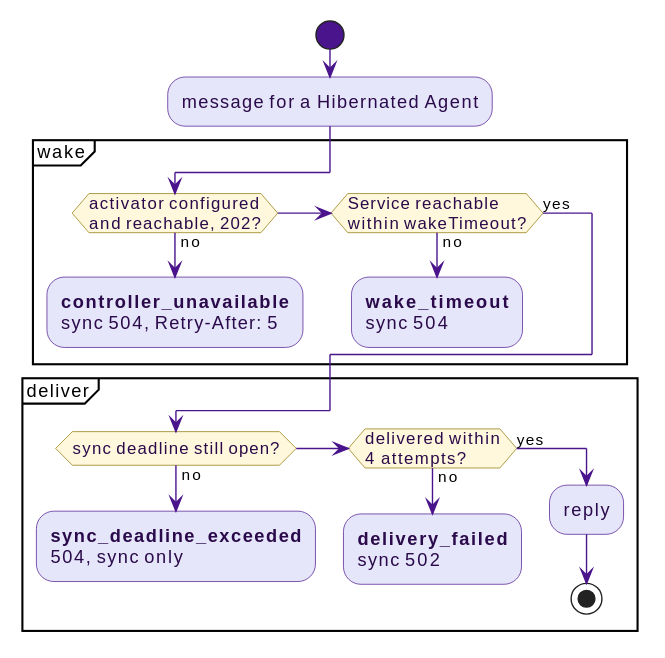
win07xp/kaalm keeps this PlantUML diagram as docs/src/diagrams/wake-failures.svg. Above is the earlier version.
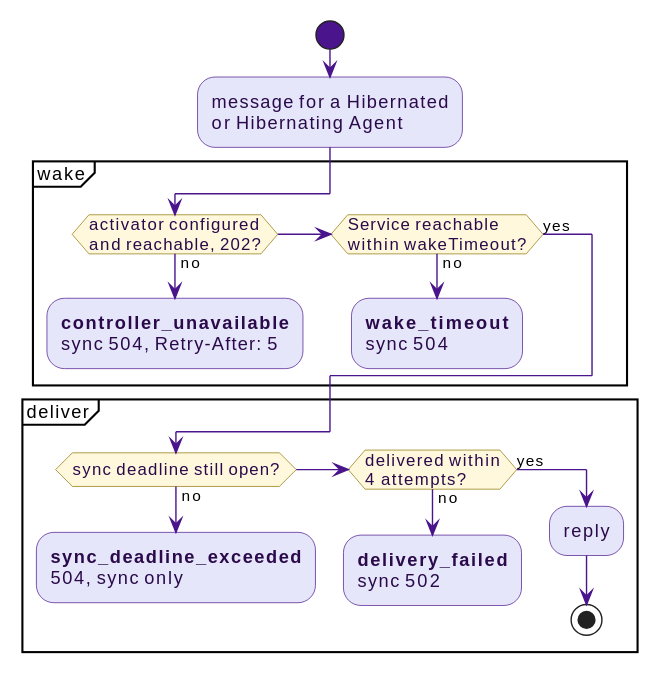
The same diagram one commit later.

The edit, as a diff of the source:
```diff
@@ -2,7 +2,7 @@
 !include _style.puml
 
 start
-:message for a Hibernated Agent;
+:message for a Hibernated\nor Hibernating Agent;
 
 partition "wake" {
   if (activator configured\nand reachable, 202?) then (no)
```
